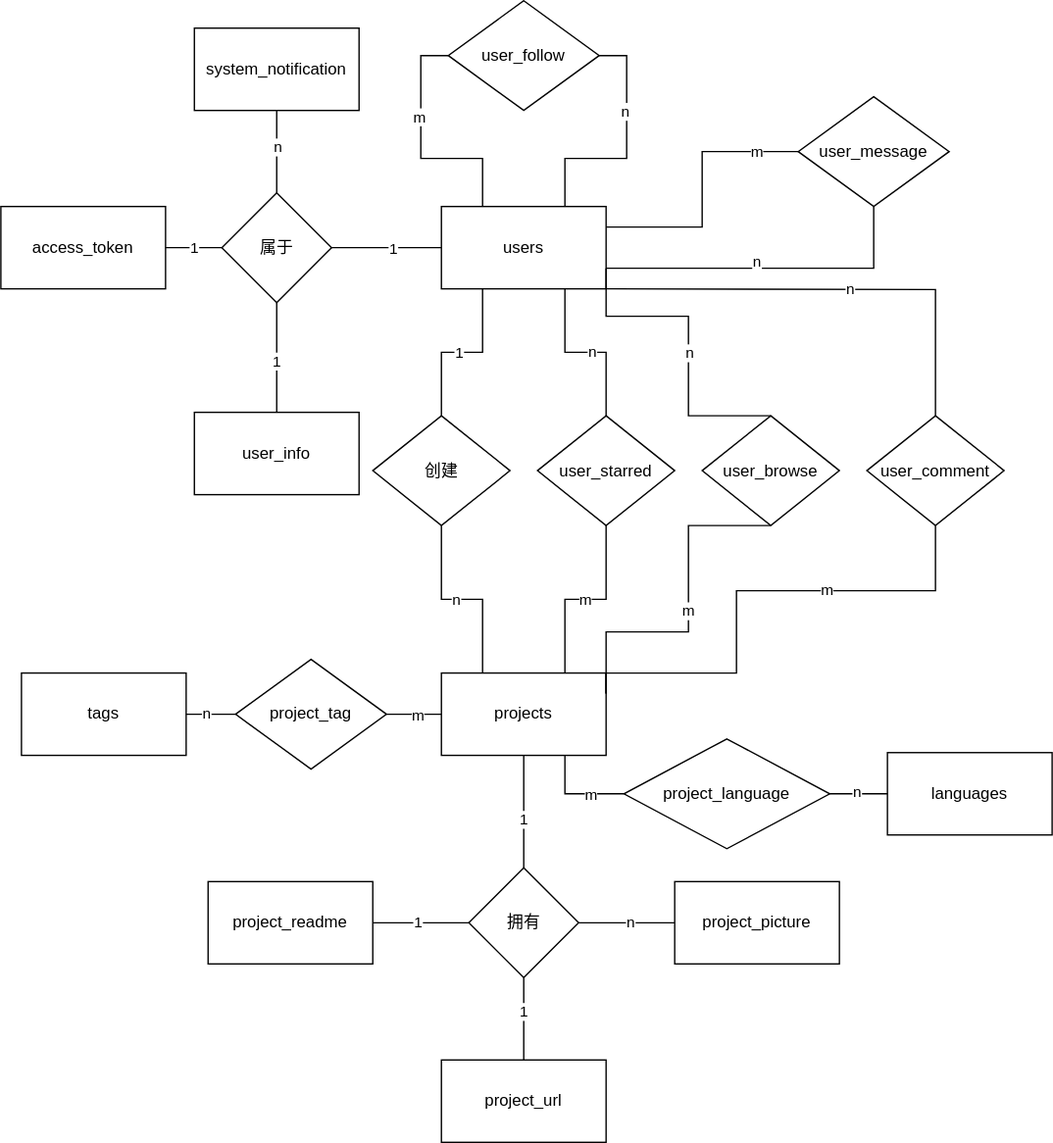
zhouxusoft/ProjectDisplayPlatform keeps this draw.io diagram as E-RDatabaseEasy.svg. Above is the earlier version. Source tidied: cells renumbered, new cells last; positions are measured from the earlier drawing's top-left corner, leaving out a move shared by most shapes.
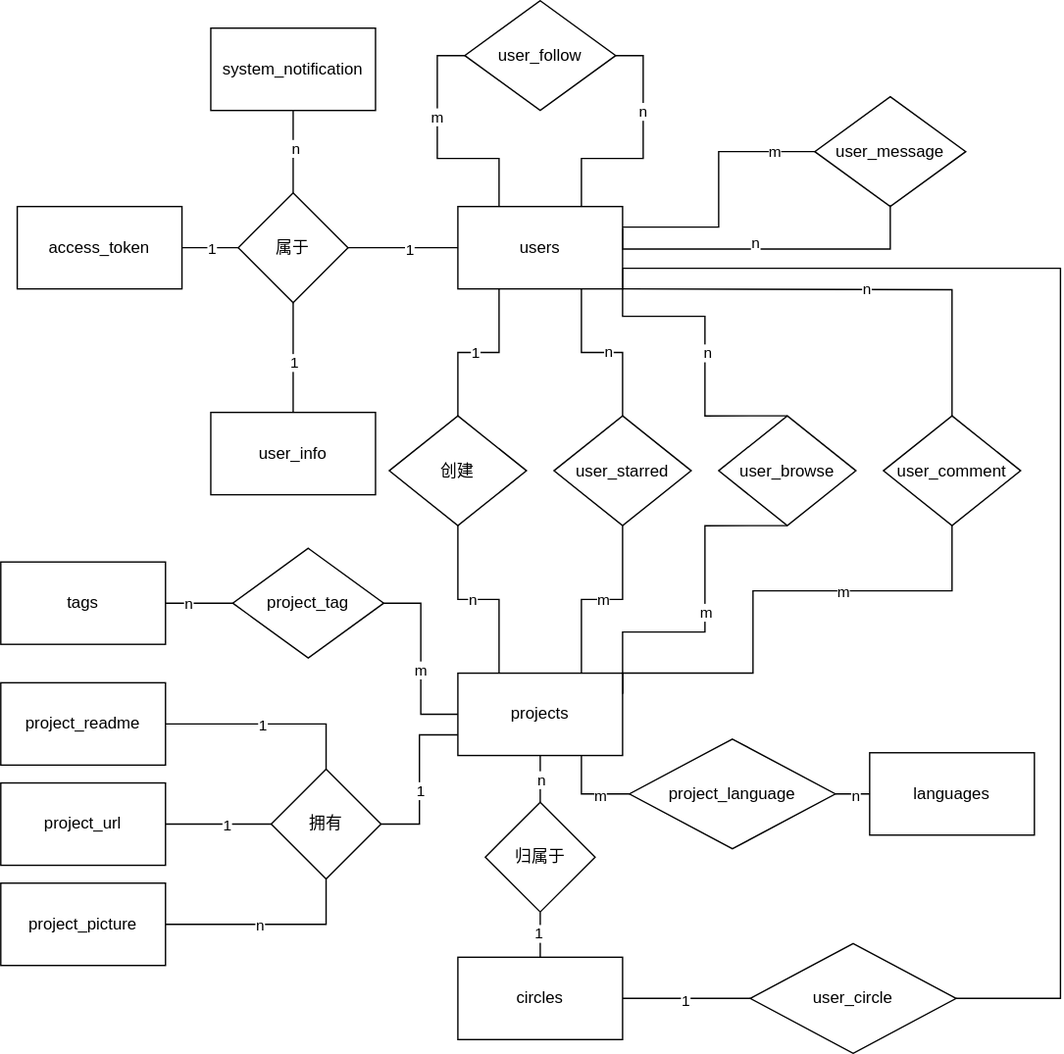
The same file after the commit.

The edit, as a diff of the source:
```diff
@@ -46,7 +46,7 @@
     <mxCell id="15" value="user_info" style="rounded=0;whiteSpace=wrap;html=1;" parent="1" vertex="1">
       <mxGeometry x="141" y="300" width="120" height="60" as="geometry" />
     </mxCell>
-    <mxCell id="16" style="edgeStyle=orthogonalEdgeStyle;rounded=0;jettySize=auto;html=1;endArrow=none;endFill=0;" parent="1" edge="1" source="22" target="42">
+    <mxCell id="16" style="edgeStyle=orthogonalEdgeStyle;rounded=0;jettySize=auto;html=1;endArrow=none;endFill=0;exitX=0;exitY=0.75;exitDx=0;exitDy=0;entryX=1;entryY=0.5;entryDx=0;entryDy=0;" parent="1" edge="1" source="22" target="42">
       <mxGeometry relative="1" as="geometry" />
     </mxCell>
     <mxCell id="17" value="1" style="edgeLabel;html=1;align=center;verticalAlign=middle;" parent="16" vertex="1">
@@ -58,7 +58,7 @@
     <mxCell id="19" value="m" style="edgeLabel;html=1;align=center;verticalAlign=middle;" parent="18" vertex="1">
       <mxGeometry x="0.32" y="-1" relative="1" as="geometry" />
     </mxCell>
-    <mxCell id="20" style="edgeStyle=orthogonalEdgeStyle;rounded=0;jettySize=auto;html=1;endArrow=none;endFill=0;" parent="1" edge="1" source="22" target="48">
+    <mxCell id="20" style="edgeStyle=orthogonalEdgeStyle;rounded=0;jettySize=auto;html=1;endArrow=none;endFill=0;entryX=1;entryY=0.5;entryDx=0;entryDy=0;" parent="1" edge="1" source="22" target="48">
       <mxGeometry relative="1" as="geometry" />
     </mxCell>
     <mxCell id="21" value="m" style="edgeLabel;html=1;align=center;verticalAlign=middle;" parent="20" vertex="1">
@@ -68,19 +68,19 @@
       <mxGeometry x="321" y="490" width="120" height="60" as="geometry" />
     </mxCell>
     <mxCell id="23" value="tags" style="rounded=0;whiteSpace=wrap;html=1;" parent="1" vertex="1">
-      <mxGeometry x="15" y="490" width="120" height="60" as="geometry" />
+      <mxGeometry x="-12" y="409" width="120" height="60" as="geometry" />
     </mxCell>
     <mxCell id="24" value="languages" style="rounded=0;whiteSpace=wrap;html=1;" parent="1" vertex="1">
-      <mxGeometry x="646" y="548" width="120" height="60" as="geometry" />
+      <mxGeometry x="621" y="548" width="120" height="60" as="geometry" />
     </mxCell>
     <mxCell id="25" value="project_url" style="rounded=0;whiteSpace=wrap;html=1;" parent="1" vertex="1">
-      <mxGeometry x="321" y="772" width="120" height="60" as="geometry" />
+      <mxGeometry x="-12" y="570" width="120" height="60" as="geometry" />
     </mxCell>
     <mxCell id="26" value="project_readme" style="rounded=0;whiteSpace=wrap;html=1;" parent="1" vertex="1">
-      <mxGeometry x="151" y="642" width="120" height="60" as="geometry" />
+      <mxGeometry x="-12" y="497" width="120" height="60" as="geometry" />
     </mxCell>
     <mxCell id="27" value="project_picture" style="rounded=0;whiteSpace=wrap;html=1;" parent="1" vertex="1">
-      <mxGeometry x="491" y="642" width="120" height="60" as="geometry" />
+      <mxGeometry x="-12" y="643" width="120" height="60" as="geometry" />
     </mxCell>
     <mxCell id="28" style="edgeStyle=orthogonalEdgeStyle;rounded=0;jettySize=auto;html=1;endArrow=none;endFill=0;entryX=0;entryY=0.5;entryDx=0;entryDy=0;" parent="1" edge="1" source="32" target="13">
       <mxGeometry relative="1" as="geometry" />
@@ -108,26 +108,26 @@
     <mxCell id="35" value="创建" style="rhombus;whiteSpace=wrap;html=1;" parent="1" vertex="1">
       <mxGeometry x="271" y="302.5" width="100" height="80" as="geometry" />
     </mxCell>
-    <mxCell id="36" style="edgeStyle=orthogonalEdgeStyle;rounded=0;jettySize=auto;html=1;endArrow=none;endFill=0;" parent="1" edge="1" source="42" target="27">
+    <mxCell id="36" style="edgeStyle=orthogonalEdgeStyle;rounded=0;jettySize=auto;html=1;endArrow=none;endFill=0;entryX=1;entryY=0.5;entryDx=0;entryDy=0;exitX=0.5;exitY=1;exitDx=0;exitDy=0;" parent="1" edge="1" source="42" target="27">
       <mxGeometry relative="1" as="geometry" />
     </mxCell>
     <mxCell id="37" value="n" style="edgeLabel;html=1;align=center;verticalAlign=middle;" parent="36" vertex="1">
       <mxGeometry x="0.08" relative="1" as="geometry" />
     </mxCell>
-    <mxCell id="38" style="edgeStyle=orthogonalEdgeStyle;rounded=0;jettySize=auto;html=1;endArrow=none;endFill=0;" parent="1" edge="1" source="42" target="26">
+    <mxCell id="38" style="edgeStyle=orthogonalEdgeStyle;rounded=0;jettySize=auto;html=1;endArrow=none;endFill=0;exitX=0.5;exitY=0;exitDx=0;exitDy=0;entryX=1;entryY=0.5;entryDx=0;entryDy=0;" parent="1" edge="1" source="42" target="26">
       <mxGeometry relative="1" as="geometry" />
     </mxCell>
     <mxCell id="39" value="1" style="edgeLabel;html=1;align=center;verticalAlign=middle;" parent="38" vertex="1">
       <mxGeometry x="0.06" relative="1" as="geometry" />
     </mxCell>
-    <mxCell id="40" style="edgeStyle=orthogonalEdgeStyle;rounded=0;jettySize=auto;html=1;endArrow=none;endFill=0;" parent="1" edge="1" source="42" target="25">
+    <mxCell id="40" style="edgeStyle=orthogonalEdgeStyle;rounded=0;jettySize=auto;html=1;endArrow=none;endFill=0;exitX=0;exitY=0.5;exitDx=0;exitDy=0;entryX=1;entryY=0.5;entryDx=0;entryDy=0;" parent="1" edge="1" source="42" target="25">
       <mxGeometry relative="1" as="geometry" />
     </mxCell>
     <mxCell id="41" value="1" style="edgeLabel;html=1;align=center;verticalAlign=middle;" parent="40" vertex="1">
       <mxGeometry x="-0.16" relative="1" as="geometry" />
     </mxCell>
     <mxCell id="42" value="拥有" style="rhombus;whiteSpace=wrap;html=1;rounded=0;" parent="1" vertex="1">
-      <mxGeometry x="341" y="632" width="80" height="80" as="geometry" />
+      <mxGeometry x="185" y="560" width="80" height="80" as="geometry" />
     </mxCell>
     <mxCell id="43" style="edgeStyle=orthogonalEdgeStyle;rounded=0;jettySize=auto;html=1;endArrow=none;endFill=0;" parent="1" edge="1" source="45" target="24">
       <mxGeometry relative="1" as="geometry" />
@@ -136,7 +136,7 @@
       <mxGeometry x="-0.05" y="1" relative="1" as="geometry" />
     </mxCell>
     <mxCell id="45" value="project_language" style="rhombus;whiteSpace=wrap;html=1;rounded=0;" parent="1" vertex="1">
-      <mxGeometry x="454" y="538" width="150" height="80" as="geometry" />
+      <mxGeometry x="446" y="538" width="150" height="80" as="geometry" />
     </mxCell>
     <mxCell id="46" style="edgeStyle=orthogonalEdgeStyle;rounded=0;jettySize=auto;html=1;endArrow=none;endFill=0;entryX=1;entryY=0.5;entryDx=0;entryDy=0;" parent="1" edge="1" source="48" target="23">
       <mxGeometry relative="1" as="geometry" />
@@ -145,7 +145,7 @@
       <mxGeometry x="0.34" relative="1" as="geometry" />
     </mxCell>
     <mxCell id="48" value="project_tag" style="rhombus;whiteSpace=wrap;html=1;rounded=0;" parent="1" vertex="1">
-      <mxGeometry x="171" y="480" width="110" height="80" as="geometry" />
+      <mxGeometry x="157" y="399" width="110" height="80" as="geometry" />
     </mxCell>
     <mxCell id="49" style="edgeStyle=orthogonalEdgeStyle;rounded=0;jettySize=auto;html=1;entryX=0.75;entryY=0;entryDx=0;entryDy=0;endArrow=none;endFill=0;" parent="1" edge="1" source="51" target="22">
       <mxGeometry relative="1" as="geometry" />
@@ -220,10 +220,13 @@
     <mxCell id="64" value="user_message" style="rhombus;whiteSpace=wrap;html=1;" parent="1" vertex="1">
       <mxGeometry x="581" y="70" width="110" height="80" as="geometry" />
     </mxCell>
-    <mxCell id="65" style="edgeStyle=orthogonalEdgeStyle;rounded=0;jettySize=auto;html=1;endArrow=none;endFill=0;exitX=1;exitY=0.75;exitDx=0;exitDy=0;" parent="1" edge="1" source="13" target="64">
+    <mxCell id="65" style="edgeStyle=orthogonalEdgeStyle;rounded=0;orthogonalLoop=1;jettySize=auto;html=1;endArrow=none;endFill=0;exitX=1;exitY=0.5;exitDx=0;exitDy=0;" parent="1" edge="1">
       <mxGeometry relative="1" as="geometry">
+        <mxPoint x="441" y="166" as="sourcePoint" />
+        <mxPoint x="636" y="149" as="targetPoint" />
         <Array as="points">
-          <mxPoint x="636" y="195" />
+          <mxPoint x="441" y="181" />
+          <mxPoint x="636" y="181" />
         </Array>
       </mxGeometry>
     </mxCell>
@@ -241,5 +244,40 @@
     <mxCell id="69" value="system_notification" style="rounded=0;whiteSpace=wrap;html=1;" parent="1" vertex="1">
       <mxGeometry x="141" y="20" width="120" height="60" as="geometry" />
     </mxCell>
+    <mxCell id="70" style="edgeStyle=orthogonalEdgeStyle;rounded=0;jettySize=auto;html=1;exitX=1;exitY=0.5;exitDx=0;exitDy=0;entryX=0;entryY=0.5;entryDx=0;entryDy=0;endArrow=none;startFill=0;" parent="1" edge="1" source="72" target="79">
+      <mxGeometry relative="1" as="geometry" />
+    </mxCell>
+    <mxCell id="71" value="1" style="edgeLabel;html=1;align=center;verticalAlign=middle;" parent="70" vertex="1">
+      <mxGeometry y="-1" relative="1" as="geometry" />
+    </mxCell>
+    <mxCell id="72" value="circles" style="rounded=0;whiteSpace=wrap;html=1;" parent="1" vertex="1">
+      <mxGeometry x="321" y="697" width="120" height="60" as="geometry" />
+    </mxCell>
+    <mxCell id="73" style="edgeStyle=orthogonalEdgeStyle;rounded=0;jettySize=auto;html=1;exitX=0.5;exitY=1;exitDx=0;exitDy=0;entryX=0.5;entryY=0;entryDx=0;entryDy=0;endArrow=none;startFill=0;" parent="1" edge="1" source="77" target="72">
+      <mxGeometry relative="1" as="geometry" />
+    </mxCell>
+    <mxCell id="74" value="1" style="edgeLabel;html=1;align=center;verticalAlign=middle;" parent="73" vertex="1">
+      <mxGeometry x="-0.08" y="-2" relative="1" as="geometry" />
+    </mxCell>
+    <mxCell id="75" style="edgeStyle=orthogonalEdgeStyle;rounded=0;jettySize=auto;html=1;exitX=0.5;exitY=0;exitDx=0;exitDy=0;entryX=0.5;entryY=1;entryDx=0;entryDy=0;endArrow=none;startFill=0;" parent="1" edge="1" source="77" target="22">
+      <mxGeometry relative="1" as="geometry" />
+    </mxCell>
+    <mxCell id="76" value="n" style="edgeLabel;html=1;align=center;verticalAlign=middle;" parent="75" vertex="1">
+      <mxGeometry x="0.05" relative="1" as="geometry" />
+    </mxCell>
+    <mxCell id="77" value="归属于" style="rhombus;whiteSpace=wrap;html=1;rounded=0;" parent="1" vertex="1">
+      <mxGeometry x="341" y="584" width="80" height="80" as="geometry" />
+    </mxCell>
+    <mxCell id="78" style="edgeStyle=orthogonalEdgeStyle;rounded=0;jettySize=auto;html=1;exitX=1;exitY=0.5;exitDx=0;exitDy=0;entryX=1;entryY=0.75;entryDx=0;entryDy=0;endArrow=none;startFill=0;" parent="1" edge="1" source="79" target="13">
+      <mxGeometry relative="1" as="geometry">
+        <Array as="points">
+          <mxPoint x="760" y="727" />
+          <mxPoint x="760" y="195" />
+        </Array>
+      </mxGeometry>
+    </mxCell>
+    <mxCell id="79" value="user_circle" style="rhombus;whiteSpace=wrap;html=1;rounded=0;" parent="1" vertex="1">
+      <mxGeometry x="534" y="687" width="150" height="80" as="geometry" />
+    </mxCell>
   </root>
 </mxGraphModel>
```
